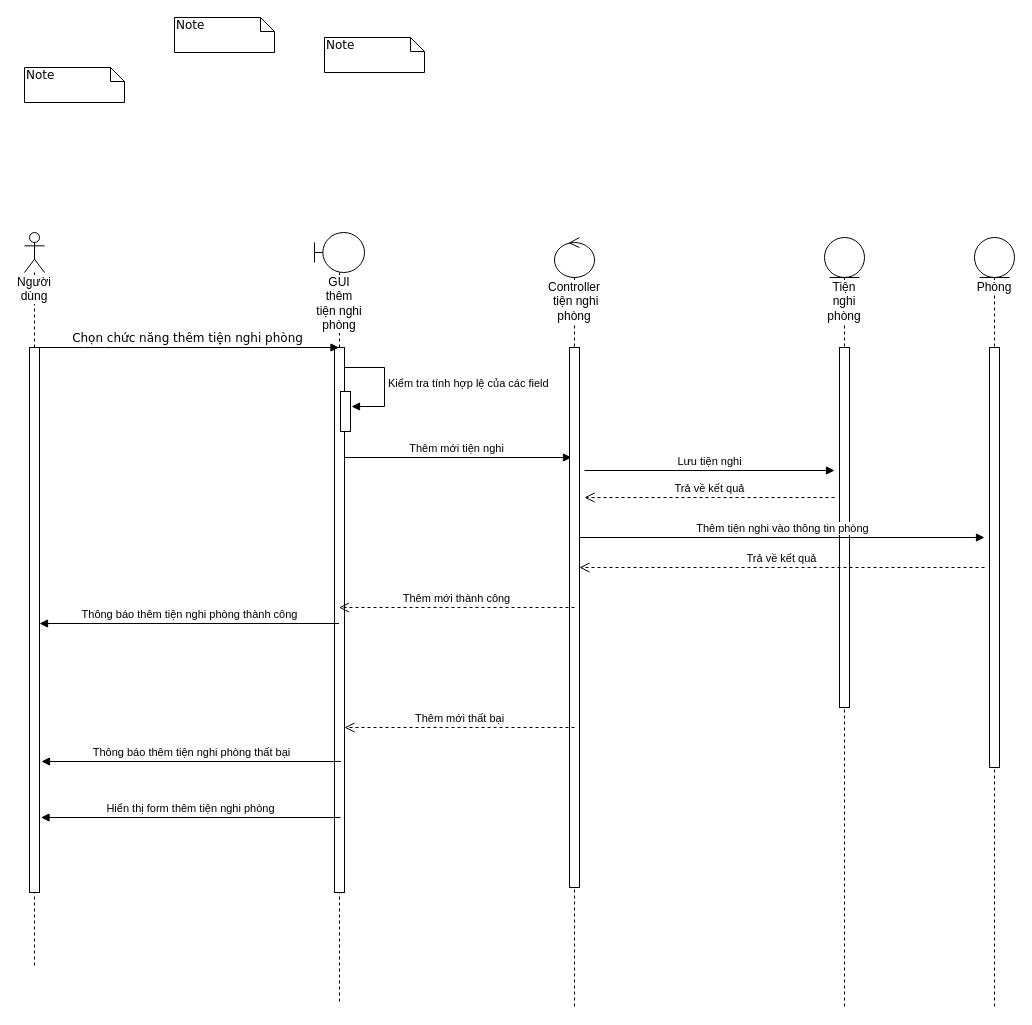
Earlier version of the draw.io diagram object-oriented-analysis-design/sequence-service.drawio (TikTzuki/SGU-Project). Source tidied: cells renumbered, new cells numbered last; positions are measured from the earlier drawing's top-left corner, leaving out a move shared by most shapes. Both pictures are drawn from the tidied source at 100%, with x=0, y=0 at pixel (24, 17).
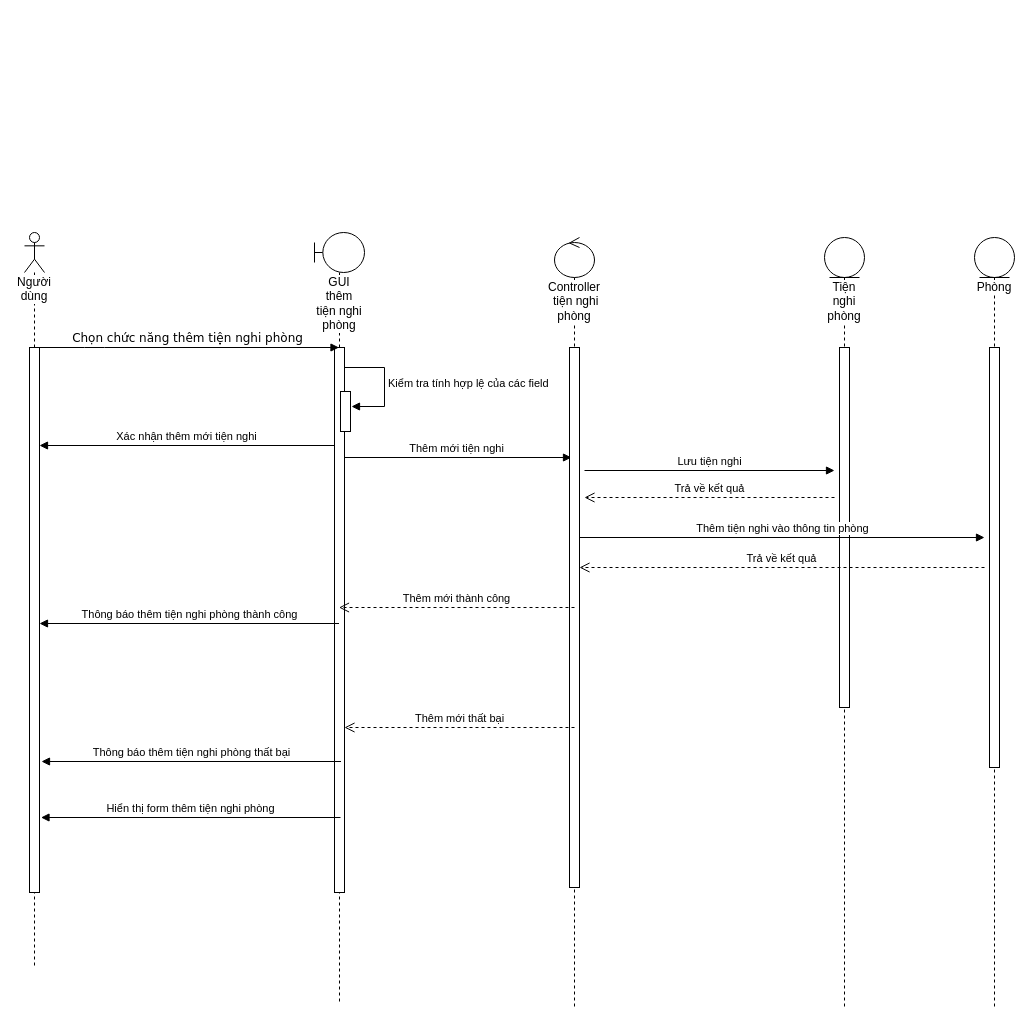
The same diagram, later.

What changed in the source:
```diff
@@
-    <mxCell id="5" value="Note" style="shape=note;whiteSpace=wrap;html=1;size=14;verticalAlign=top;align=left;spacingTop=-6;rounded=0;shadow=0;comic=0;labelBackgroundColor=none;strokeWidth=1;fontFamily=Verdana;fontSize=12;" parent="1" vertex="1">
-      <mxGeometry y="50" width="100" height="35" as="geometry" />
-    </mxCell>
-    <mxCell id="6" value="Note" style="shape=note;whiteSpace=wrap;html=1;size=14;verticalAlign=top;align=left;spacingTop=-6;rounded=0;shadow=0;comic=0;labelBackgroundColor=none;strokeWidth=1;fontFamily=Verdana;fontSize=12;" parent="1" vertex="1">
-      <mxGeometry x="150" width="100" height="35" as="geometry" />
-    </mxCell>
-    <mxCell id="7" value="Note" style="shape=note;whiteSpace=wrap;html=1;size=14;verticalAlign=top;align=left;spacingTop=-6;rounded=0;shadow=0;comic=0;labelBackgroundColor=none;strokeWidth=1;fontFamily=Verdana;fontSize=12;" parent="1" vertex="1">
-      <mxGeometry x="300" y="20" width="100" height="35" as="geometry" />
-    </mxCell>
@@
+    <mxCell id="28" value="Xác nhận thêm mới tiện nghi" style="html=1;verticalAlign=bottom;endArrow=block;" parent="1" edge="1">
+      <mxGeometry relative="1" as="geometry">
+        <mxPoint x="310" y="428" as="sourcePoint" />
+        <mxPoint x="15" y="428" as="targetPoint" />
+      </mxGeometry>
+    </mxCell>
```
